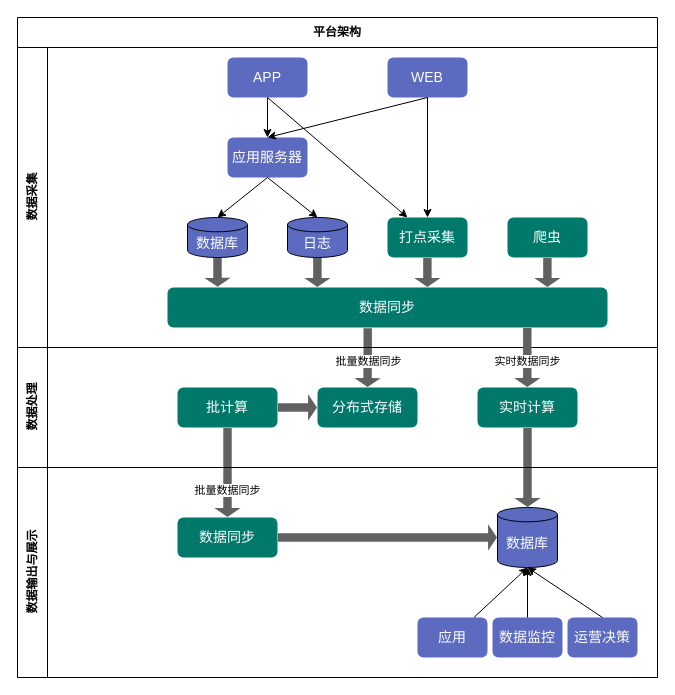
Before: page "典型架构" (4 of 4) of drawio/bigdata-architecture.drawio in mqjd/assets, a draw.io diagram. Source tidied: cells renumbered, new cells numbered last; positions are measured from the earlier drawing's top-left corner, leaving out a move shared by most shapes. Both pictures are drawn from the tidied source at 100%, with x=0, y=0 at pixel (17, 17).
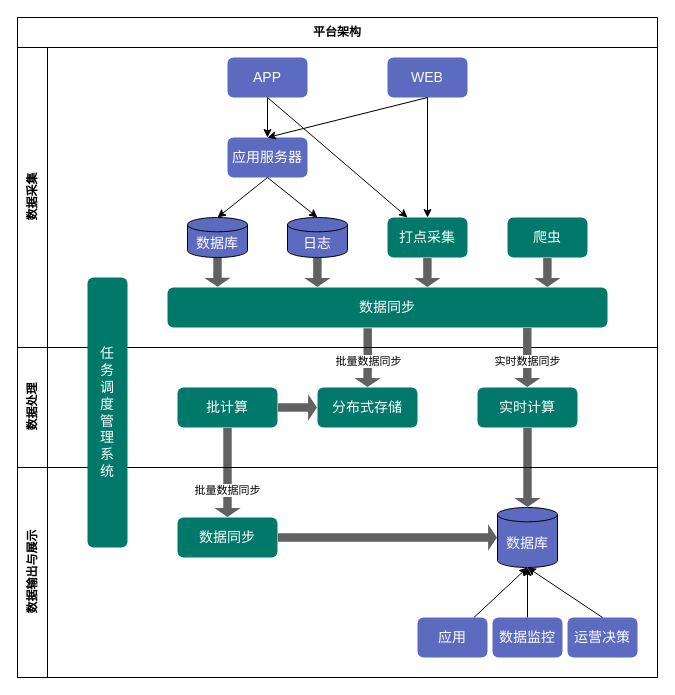
After the change.

Change to the diagram source:
```diff
@@
+    <mxCell id="44" value="&lt;div&gt;任&lt;/div&gt;&lt;div&gt;务&lt;/div&gt;&lt;div&gt;调&lt;/div&gt;&lt;div&gt;度&lt;/div&gt;&lt;div&gt;管&lt;/div&gt;&lt;div&gt;理&lt;/div&gt;&lt;div&gt;系&lt;/div&gt;&lt;div&gt;统&lt;/div&gt;" style="rounded=1;whiteSpace=wrap;html=1;fillColor=#00796B;strokeColor=none;fontSize=14;fontColor=#FFFFFF;" parent="1" vertex="1">
+      <mxGeometry x="70" y="260" width="40" height="270" as="geometry" />
+    </mxCell>
```
